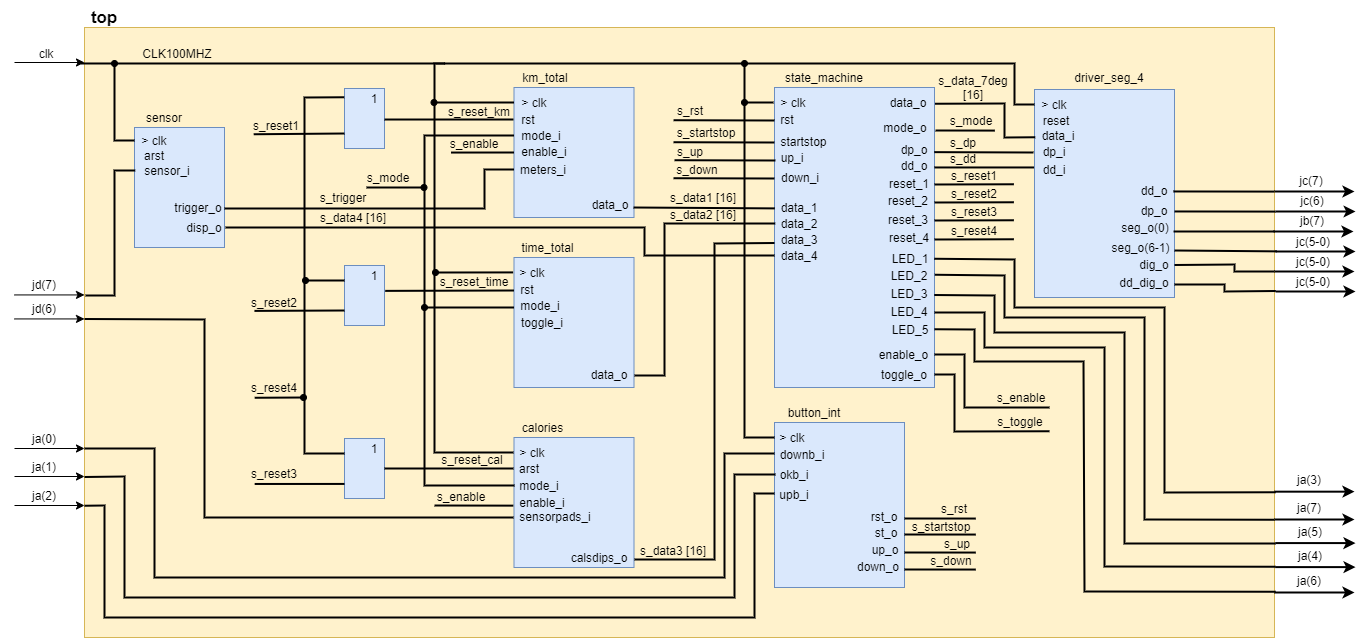
mkousal/Digital-electronics-1-Tachometer keeps this draw.io diagram as images/top_tachometer.png. Above is the earlier version. Source tidied: cells renumbered, new cells last; positions are measured from the earlier drawing's top-left corner, leaving out a move shared by most shapes.
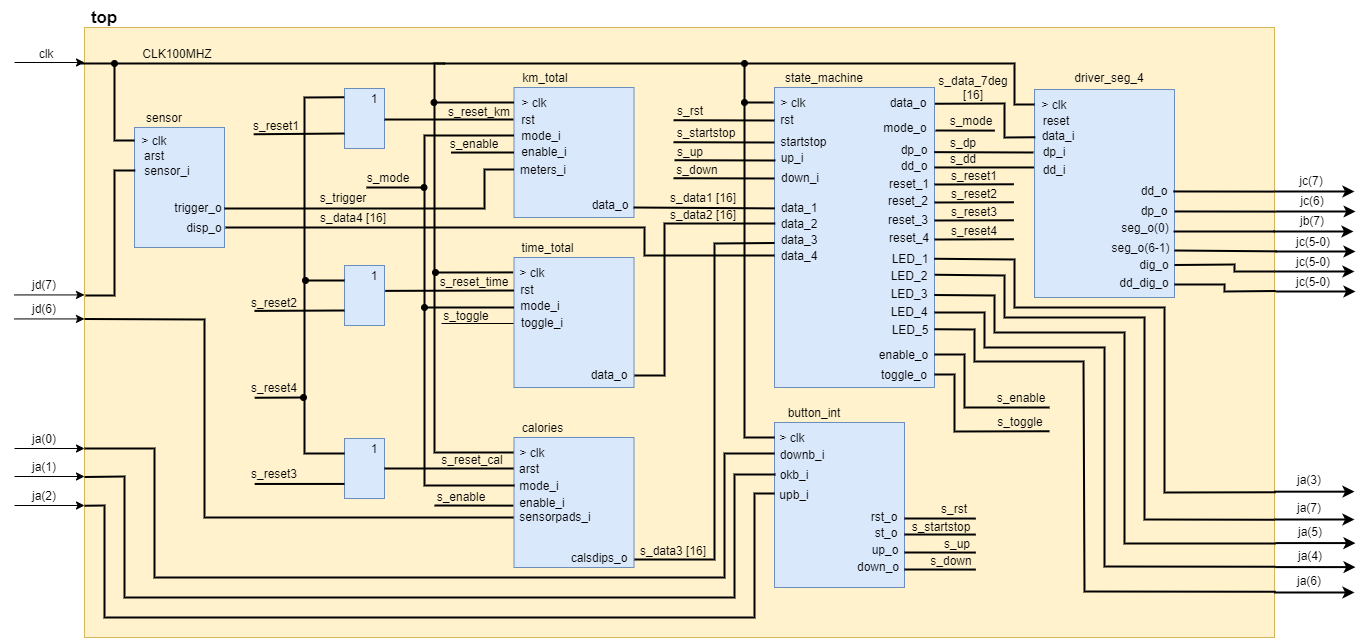
The same file after the commit.

Diff of the diagram source:
```diff
@@ -946,5 +946,13 @@
     <mxCell id="226" style="endArrow=none;html=1;strokeWidth=2;entryX=0.833;entryY=0.9;entryDx=0;entryDy=0;entryPerimeter=0;exitX=1;exitY=0.517;exitDx=0;exitDy=0;exitPerimeter=0;" parent="1" edge="1" source="6" target="222">
       <mxGeometry relative="1" as="geometry" />
     </mxCell>
+    <mxCell id="227" style="endArrow=none;html=1;entryX=0.144;entryY=0.55;entryDx=0;entryDy=0;entryPerimeter=0;" parent="1" edge="1" target="18">
+      <mxGeometry relative="1" as="geometry">
+        <mxPoint x="427" y="316" as="sourcePoint" />
+      </mxGeometry>
+    </mxCell>
+    <mxCell id="228" value="s_toggle" style="text;html=1;strokeColor=none;fillColor=none;align=center;verticalAlign=middle;whiteSpace=wrap;rounded=0;" parent="1" vertex="1">
+      <mxGeometry x="432" y="298" width="40" height="20" as="geometry" />
+    </mxCell>
   </root>
 </mxGraphModel>
```
